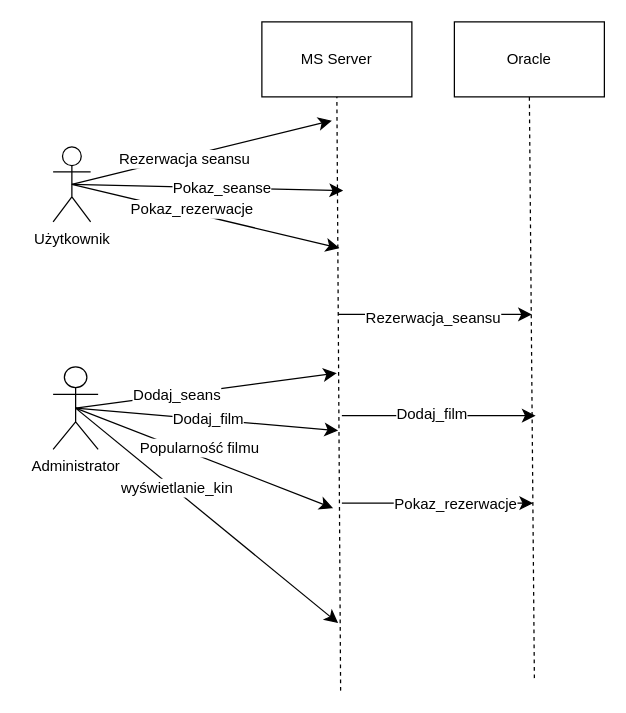
The draw.io diagram diagram_sekwencji.drawio in elzyr/KinoDB, before the edit. Source tidied: cells renumbered, new cells numbered last; positions are measured from the earlier drawing's top-left corner, leaving out a move shared by most shapes. Both pictures are drawn from the tidied source at 125%, with x=0, y=0 at pixel (52, 21).
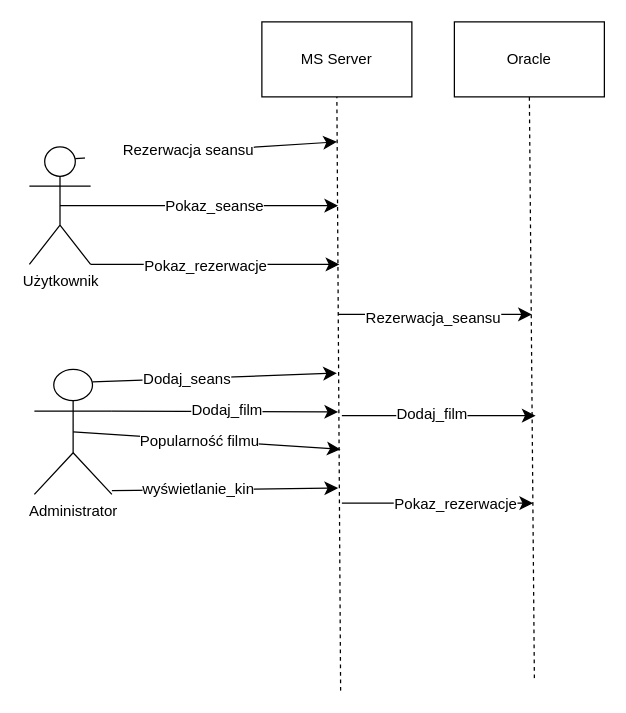
Above is the later version.

The edit, as a diff of the source:
```diff
@@
-    <mxCell id="2" style="edgeStyle=none;curved=1;rounded=0;jettySize=auto;html=1;exitX=0.5;exitY=0.5;exitDx=0;exitDy=0;exitPerimeter=0;fontSize=12;startSize=8;endSize=8;" parent="1" edge="1" source="4">
+    <mxCell id="2" style="edgeStyle=none;curved=1;rounded=0;jettySize=auto;html=1;exitX=0.75;exitY=0.1;exitDx=0;exitDy=0;exitPerimeter=0;fontSize=12;startSize=8;endSize=8;" parent="1" edge="1" source="4">
       <mxGeometry relative="1" as="geometry">
-        <mxPoint x="223" y="79" as="targetPoint" />
+        <mxPoint x="227" y="96" as="targetPoint" />
       </mxGeometry>
     </mxCell>
@@
     <mxCell id="4" value="Użytkownik" style="shape=umlActor;verticalLabelPosition=bottom;verticalAlign=top;html=1;outlineConnect=0;" parent="1" vertex="1">
-      <mxGeometry y="100" width="30" height="60" as="geometry" />
+      <mxGeometry x="-19" y="100" width="49" height="94" as="geometry" />
     </mxCell>
     <mxCell id="5" value="Administrator" style="shape=umlActor;verticalLabelPosition=bottom;verticalAlign=top;html=1;outlineConnect=0;" parent="1" vertex="1">
-      <mxGeometry y="276" width="36" height="66" as="geometry" />
+      <mxGeometry x="-15" y="278" width="62" height="100" as="geometry" />
     </mxCell>
@@
     <mxCell id="10" style="endArrow=classic;html=1;rounded=0;fontSize=12;startSize=8;endSize=8;curved=1;exitX=0.5;exitY=0.5;exitDx=0;exitDy=0;exitPerimeter=0;" parent="1" edge="1" source="4">
       <mxGeometry relative="1" as="geometry">
-        <mxPoint x="232" y="135" as="targetPoint" />
+        <mxPoint x="228" y="147" as="targetPoint" />
       </mxGeometry>
     </mxCell>
@@
-    <mxCell id="12" style="endArrow=classic;html=1;rounded=0;fontSize=12;startSize=8;endSize=8;curved=1;exitX=0.5;exitY=0.5;exitDx=0;exitDy=0;exitPerimeter=0;" parent="1" edge="1" source="4">
+    <mxCell id="12" style="endArrow=classic;html=1;rounded=0;fontSize=12;startSize=8;endSize=8;curved=1;exitX=1;exitY=1;exitDx=0;exitDy=0;exitPerimeter=0;" parent="1" edge="1" source="4">
       <mxGeometry relative="1" as="geometry">
-        <mxPoint x="229" y="181" as="targetPoint" />
+        <mxPoint x="229" y="194" as="targetPoint" />
       </mxGeometry>
     </mxCell>
@@
-    <mxCell id="14" style="endArrow=classic;html=1;rounded=0;fontSize=12;startSize=8;endSize=8;curved=1;exitX=0.5;exitY=0.5;exitDx=0;exitDy=0;exitPerimeter=0;" parent="1" edge="1" source="5">
+    <mxCell id="14" style="endArrow=classic;html=1;rounded=0;fontSize=12;startSize=8;endSize=8;curved=1;exitX=0.75;exitY=0.1;exitDx=0;exitDy=0;exitPerimeter=0;" parent="1" edge="1" source="5">
       <mxGeometry relative="1" as="geometry">
         <mxPoint x="227" y="281" as="targetPoint" />
       </mxGeometry>
     </mxCell>
@@
-    <mxCell id="16" style="endArrow=classic;html=1;rounded=0;fontSize=12;startSize=8;endSize=8;curved=1;exitX=0.5;exitY=0.5;exitDx=0;exitDy=0;exitPerimeter=0;" parent="1" edge="1" source="5">
+    <mxCell id="16" style="endArrow=classic;html=1;rounded=0;fontSize=12;startSize=8;endSize=8;curved=1;exitX=1;exitY=0.3333333333333333;exitDx=0;exitDy=0;exitPerimeter=0;" parent="1" edge="1" source="5">
       <mxGeometry relative="1" as="geometry">
-        <mxPoint x="228" y="327" as="targetPoint" />
+        <mxPoint x="228" y="312" as="targetPoint" />
       </mxGeometry>
     </mxCell>
@@
     <mxCell id="18" style="endArrow=classic;html=1;rounded=0;fontSize=12;startSize=8;endSize=8;curved=1;exitX=0.5;exitY=0.5;exitDx=0;exitDy=0;exitPerimeter=0;" parent="1" edge="1" source="5">
       <mxGeometry relative="1" as="geometry">
-        <mxPoint x="224" y="389" as="targetPoint" />
+        <mxPoint x="230" y="342" as="targetPoint" />
       </mxGeometry>
     </mxCell>
@@
-    <mxCell id="26" style="endArrow=classic;html=1;rounded=0;fontSize=12;startSize=8;endSize=8;curved=1;exitX=0.5;exitY=0.5;exitDx=0;exitDy=0;exitPerimeter=0;" parent="1" edge="1" source="5">
+    <mxCell id="26" style="endArrow=classic;html=1;rounded=0;fontSize=12;startSize=8;endSize=8;curved=1;" parent="1" edge="1">
       <mxGeometry relative="1" as="geometry">
-        <mxPoint x="228" y="481" as="targetPoint" />
+        <mxPoint x="47" y="375" as="sourcePoint" />
+        <mxPoint x="228" y="373" as="targetPoint" />
       </mxGeometry>
     </mxCell>
```
